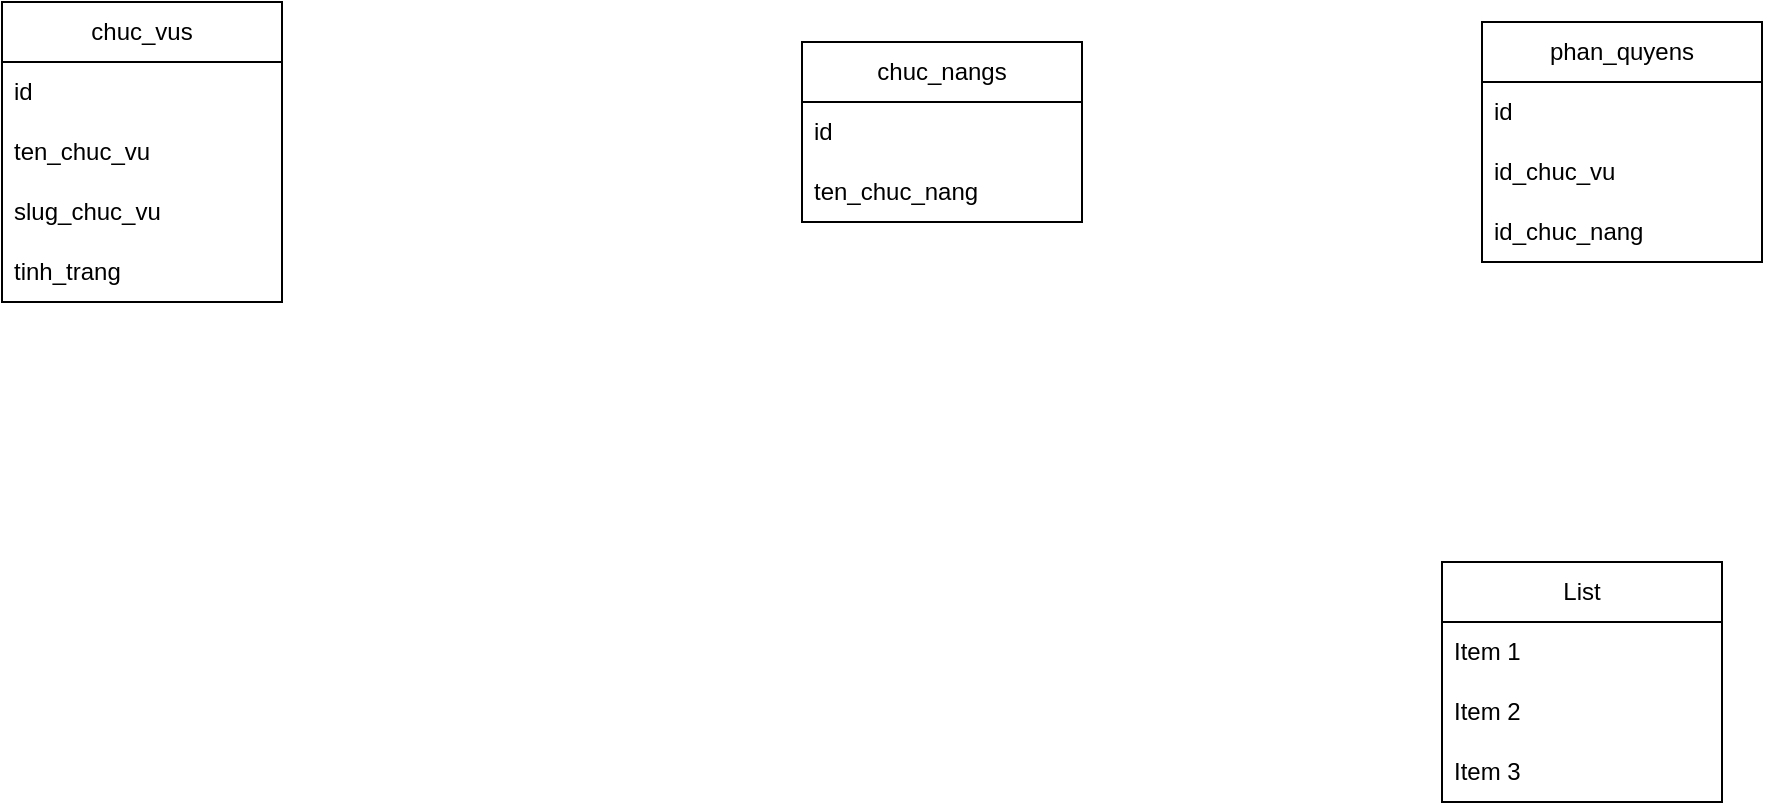
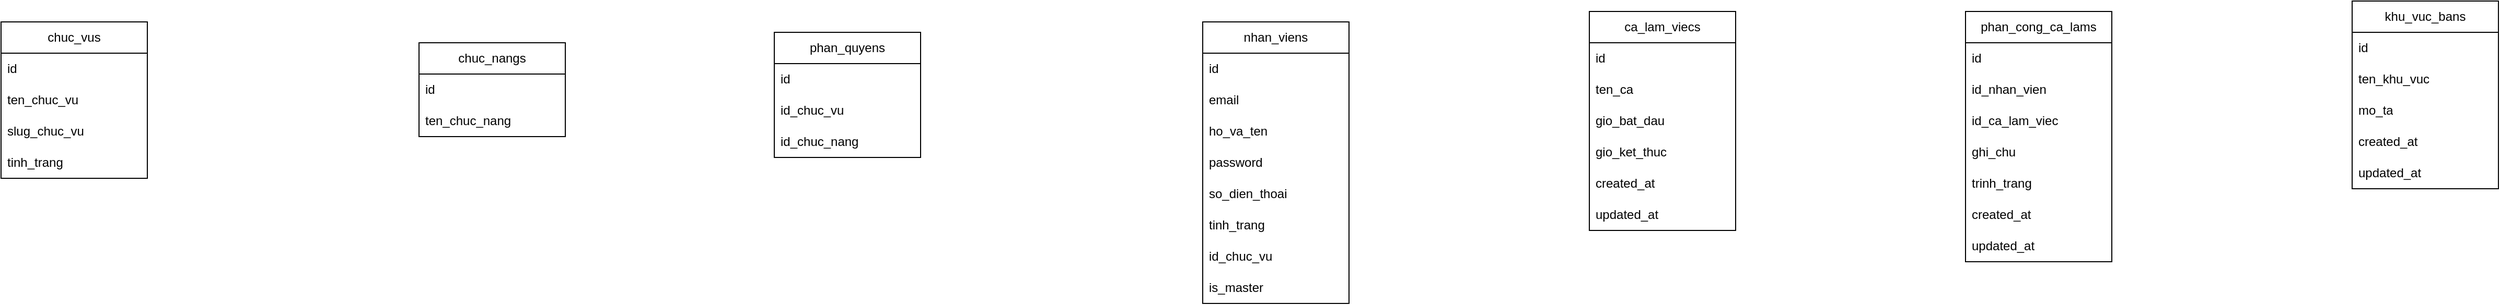
<mxfile host="app.diagrams.net">
  <diagram name="Page-1" id="78QUDde3ILmcNMK2hGyn">
-     <mxGraphModel dx="2074" dy="1764" grid="1" gridSize="10" guides="1" tooltips="1" connect="1" arrows="1" fold="1" page="1" pageScale="1" pageWidth="850" pageHeight="1100" math="0" shadow="0">
+     <mxGraphModel dx="1840" dy="1637" grid="1" gridSize="10" guides="1" tooltips="1" connect="1" arrows="1" fold="1" page="1" pageScale="1" pageWidth="850" pageHeight="1100" math="0" shadow="0">
      <root>
        <mxCell id="0" />
        <mxCell id="1" parent="0" />
        <mxCell id="1bbKcoBMxcC-bXyi0BTe-1" parent="1" style="swimlane;fontStyle=0;childLayout=stackLayout;horizontal=1;startSize=30;horizontalStack=0;resizeParent=1;resizeParentMax=0;resizeLast=0;collapsible=1;marginBottom=0;whiteSpace=wrap;html=1;" value="chuc_vus" vertex="1">
          <mxGeometry height="150" width="140" x="-280" y="-110" as="geometry" />
        </mxCell>
        <mxCell id="1bbKcoBMxcC-bXyi0BTe-2" parent="1bbKcoBMxcC-bXyi0BTe-1" style="text;strokeColor=none;fillColor=none;align=left;verticalAlign=middle;spacingLeft=4;spacingRight=4;overflow=hidden;points=[[0,0.5],[1,0.5]];portConstraint=eastwest;rotatable=0;whiteSpace=wrap;html=1;" value="id" vertex="1">
          <mxGeometry height="30" width="140" y="30" as="geometry" />
        </mxCell>
        <mxCell id="1bbKcoBMxcC-bXyi0BTe-3" parent="1bbKcoBMxcC-bXyi0BTe-1" style="text;strokeColor=none;fillColor=none;align=left;verticalAlign=middle;spacingLeft=4;spacingRight=4;overflow=hidden;points=[[0,0.5],[1,0.5]];portConstraint=eastwest;rotatable=0;whiteSpace=wrap;html=1;" value="ten_chuc_vu" vertex="1">
          <mxGeometry height="30" width="140" y="60" as="geometry" />
        </mxCell>
        <mxCell id="1bbKcoBMxcC-bXyi0BTe-4" parent="1bbKcoBMxcC-bXyi0BTe-1" style="text;strokeColor=none;fillColor=none;align=left;verticalAlign=middle;spacingLeft=4;spacingRight=4;overflow=hidden;points=[[0,0.5],[1,0.5]];portConstraint=eastwest;rotatable=0;whiteSpace=wrap;html=1;" value="slug_chuc_vu" vertex="1">
          <mxGeometry height="30" width="140" y="90" as="geometry" />
        </mxCell>
        <mxCell id="1bbKcoBMxcC-bXyi0BTe-5" parent="1bbKcoBMxcC-bXyi0BTe-1" style="text;strokeColor=none;fillColor=none;align=left;verticalAlign=middle;spacingLeft=4;spacingRight=4;overflow=hidden;points=[[0,0.5],[1,0.5]];portConstraint=eastwest;rotatable=0;whiteSpace=wrap;html=1;" value="tinh_trang" vertex="1">
          <mxGeometry height="30" width="140" y="120" as="geometry" />
        </mxCell>
        <mxCell id="1bbKcoBMxcC-bXyi0BTe-7" parent="1" style="swimlane;fontStyle=0;childLayout=stackLayout;horizontal=1;startSize=30;horizontalStack=0;resizeParent=1;resizeParentMax=0;resizeLast=0;collapsible=1;marginBottom=0;whiteSpace=wrap;html=1;" value="chuc_nangs" vertex="1">
          <mxGeometry height="90" width="140" x="120" y="-90" as="geometry" />
        </mxCell>
        <mxCell id="1bbKcoBMxcC-bXyi0BTe-8" parent="1bbKcoBMxcC-bXyi0BTe-7" style="text;strokeColor=none;fillColor=none;align=left;verticalAlign=middle;spacingLeft=4;spacingRight=4;overflow=hidden;points=[[0,0.5],[1,0.5]];portConstraint=eastwest;rotatable=0;whiteSpace=wrap;html=1;" value="id" vertex="1">
          <mxGeometry height="30" width="140" y="30" as="geometry" />
        </mxCell>
        <mxCell id="1bbKcoBMxcC-bXyi0BTe-9" parent="1bbKcoBMxcC-bXyi0BTe-7" style="text;strokeColor=none;fillColor=none;align=left;verticalAlign=middle;spacingLeft=4;spacingRight=4;overflow=hidden;points=[[0,0.5],[1,0.5]];portConstraint=eastwest;rotatable=0;whiteSpace=wrap;html=1;" value="ten_chuc_nang" vertex="1">
          <mxGeometry height="30" width="140" y="60" as="geometry" />
        </mxCell>
        <mxCell id="1bbKcoBMxcC-bXyi0BTe-11" parent="1" style="swimlane;fontStyle=0;childLayout=stackLayout;horizontal=1;startSize=30;horizontalStack=0;resizeParent=1;resizeParentMax=0;resizeLast=0;collapsible=1;marginBottom=0;whiteSpace=wrap;html=1;" value="phan_quyens" vertex="1">
          <mxGeometry height="120" width="140" x="460" y="-100" as="geometry" />
        </mxCell>
        <mxCell id="1bbKcoBMxcC-bXyi0BTe-12" parent="1bbKcoBMxcC-bXyi0BTe-11" style="text;strokeColor=none;fillColor=none;align=left;verticalAlign=middle;spacingLeft=4;spacingRight=4;overflow=hidden;points=[[0,0.5],[1,0.5]];portConstraint=eastwest;rotatable=0;whiteSpace=wrap;html=1;" value="id" vertex="1">
          <mxGeometry height="30" width="140" y="30" as="geometry" />
        </mxCell>
        <mxCell id="1bbKcoBMxcC-bXyi0BTe-13" parent="1bbKcoBMxcC-bXyi0BTe-11" style="text;strokeColor=none;fillColor=none;align=left;verticalAlign=middle;spacingLeft=4;spacingRight=4;overflow=hidden;points=[[0,0.5],[1,0.5]];portConstraint=eastwest;rotatable=0;whiteSpace=wrap;html=1;" value="id_chuc_vu" vertex="1">
          <mxGeometry height="30" width="140" y="60" as="geometry" />
        </mxCell>
        <mxCell id="1bbKcoBMxcC-bXyi0BTe-14" parent="1bbKcoBMxcC-bXyi0BTe-11" style="text;strokeColor=none;fillColor=none;align=left;verticalAlign=middle;spacingLeft=4;spacingRight=4;overflow=hidden;points=[[0,0.5],[1,0.5]];portConstraint=eastwest;rotatable=0;whiteSpace=wrap;html=1;" value="id_chuc_nang" vertex="1">
          <mxGeometry height="30" width="140" y="90" as="geometry" />
        </mxCell>
-         <mxCell id="1bbKcoBMxcC-bXyi0BTe-16" parent="1" style="swimlane;fontStyle=0;childLayout=stackLayout;horizontal=1;startSize=30;horizontalStack=0;resizeParent=1;resizeParentMax=0;resizeLast=0;collapsible=1;marginBottom=0;whiteSpace=wrap;html=1;" value="List" vertex="1">
-           <mxGeometry height="120" width="140" x="440" y="170" as="geometry" />
+         <mxCell id="1bbKcoBMxcC-bXyi0BTe-16" parent="1" style="swimlane;fontStyle=0;childLayout=stackLayout;horizontal=1;startSize=30;horizontalStack=0;resizeParent=1;resizeParentMax=0;resizeLast=0;collapsible=1;marginBottom=0;whiteSpace=wrap;html=1;" value="nhan_viens" vertex="1">
+           <mxGeometry height="270" width="140" x="870" y="-110" as="geometry" />
        </mxCell>
-         <mxCell id="1bbKcoBMxcC-bXyi0BTe-17" parent="1bbKcoBMxcC-bXyi0BTe-16" style="text;strokeColor=none;fillColor=none;align=left;verticalAlign=middle;spacingLeft=4;spacingRight=4;overflow=hidden;points=[[0,0.5],[1,0.5]];portConstraint=eastwest;rotatable=0;whiteSpace=wrap;html=1;" value="Item 1" vertex="1">
+         <mxCell id="1bbKcoBMxcC-bXyi0BTe-17" parent="1bbKcoBMxcC-bXyi0BTe-16" style="text;strokeColor=none;fillColor=none;align=left;verticalAlign=middle;spacingLeft=4;spacingRight=4;overflow=hidden;points=[[0,0.5],[1,0.5]];portConstraint=eastwest;rotatable=0;whiteSpace=wrap;html=1;" value="id" vertex="1">
          <mxGeometry height="30" width="140" y="30" as="geometry" />
        </mxCell>
-         <mxCell id="1bbKcoBMxcC-bXyi0BTe-18" parent="1bbKcoBMxcC-bXyi0BTe-16" style="text;strokeColor=none;fillColor=none;align=left;verticalAlign=middle;spacingLeft=4;spacingRight=4;overflow=hidden;points=[[0,0.5],[1,0.5]];portConstraint=eastwest;rotatable=0;whiteSpace=wrap;html=1;" value="Item 2" vertex="1">
+         <mxCell id="1bbKcoBMxcC-bXyi0BTe-18" parent="1bbKcoBMxcC-bXyi0BTe-16" style="text;strokeColor=none;fillColor=none;align=left;verticalAlign=middle;spacingLeft=4;spacingRight=4;overflow=hidden;points=[[0,0.5],[1,0.5]];portConstraint=eastwest;rotatable=0;whiteSpace=wrap;html=1;" value="email" vertex="1">
          <mxGeometry height="30" width="140" y="60" as="geometry" />
        </mxCell>
-         <mxCell id="1bbKcoBMxcC-bXyi0BTe-19" parent="1bbKcoBMxcC-bXyi0BTe-16" style="text;strokeColor=none;fillColor=none;align=left;verticalAlign=middle;spacingLeft=4;spacingRight=4;overflow=hidden;points=[[0,0.5],[1,0.5]];portConstraint=eastwest;rotatable=0;whiteSpace=wrap;html=1;" value="Item 3" vertex="1">
+         <mxCell id="1bbKcoBMxcC-bXyi0BTe-19" parent="1bbKcoBMxcC-bXyi0BTe-16" style="text;strokeColor=none;fillColor=none;align=left;verticalAlign=middle;spacingLeft=4;spacingRight=4;overflow=hidden;points=[[0,0.5],[1,0.5]];portConstraint=eastwest;rotatable=0;whiteSpace=wrap;html=1;" value="ho_va_ten" vertex="1">
          <mxGeometry height="30" width="140" y="90" as="geometry" />
+         </mxCell>
+         <mxCell id="RNDkmFGJGW4O4d-jsc1U-1" parent="1bbKcoBMxcC-bXyi0BTe-16" style="text;strokeColor=none;fillColor=none;align=left;verticalAlign=middle;spacingLeft=4;spacingRight=4;overflow=hidden;points=[[0,0.5],[1,0.5]];portConstraint=eastwest;rotatable=0;whiteSpace=wrap;html=1;" value="password" vertex="1">
+           <mxGeometry height="30" width="140" y="120" as="geometry" />
+         </mxCell>
+         <mxCell id="RNDkmFGJGW4O4d-jsc1U-2" parent="1bbKcoBMxcC-bXyi0BTe-16" style="text;strokeColor=none;fillColor=none;align=left;verticalAlign=middle;spacingLeft=4;spacingRight=4;overflow=hidden;points=[[0,0.5],[1,0.5]];portConstraint=eastwest;rotatable=0;whiteSpace=wrap;html=1;" value="so_dien_thoai" vertex="1">
+           <mxGeometry height="30" width="140" y="150" as="geometry" />
+         </mxCell>
+         <mxCell id="RNDkmFGJGW4O4d-jsc1U-3" parent="1bbKcoBMxcC-bXyi0BTe-16" style="text;strokeColor=none;fillColor=none;align=left;verticalAlign=middle;spacingLeft=4;spacingRight=4;overflow=hidden;points=[[0,0.5],[1,0.5]];portConstraint=eastwest;rotatable=0;whiteSpace=wrap;html=1;" value="tinh_trang" vertex="1">
+           <mxGeometry height="30" width="140" y="180" as="geometry" />
+         </mxCell>
+         <mxCell id="RNDkmFGJGW4O4d-jsc1U-4" parent="1bbKcoBMxcC-bXyi0BTe-16" style="text;strokeColor=none;fillColor=none;align=left;verticalAlign=middle;spacingLeft=4;spacingRight=4;overflow=hidden;points=[[0,0.5],[1,0.5]];portConstraint=eastwest;rotatable=0;whiteSpace=wrap;html=1;" value="id_chuc_vu" vertex="1">
+           <mxGeometry height="30" width="140" y="210" as="geometry" />
+         </mxCell>
+         <mxCell id="RNDkmFGJGW4O4d-jsc1U-5" parent="1bbKcoBMxcC-bXyi0BTe-16" style="text;strokeColor=none;fillColor=none;align=left;verticalAlign=middle;spacingLeft=4;spacingRight=4;overflow=hidden;points=[[0,0.5],[1,0.5]];portConstraint=eastwest;rotatable=0;whiteSpace=wrap;html=1;" value="is_master" vertex="1">
+           <mxGeometry height="30" width="140" y="240" as="geometry" />
+         </mxCell>
+         <mxCell id="RNDkmFGJGW4O4d-jsc1U-6" parent="1" style="swimlane;fontStyle=0;childLayout=stackLayout;horizontal=1;startSize=30;horizontalStack=0;resizeParent=1;resizeParentMax=0;resizeLast=0;collapsible=1;marginBottom=0;whiteSpace=wrap;html=1;" value="ca_lam_viecs" vertex="1">
+           <mxGeometry height="210" width="140" x="1240" y="-120" as="geometry" />
+         </mxCell>
+         <mxCell id="RNDkmFGJGW4O4d-jsc1U-7" parent="RNDkmFGJGW4O4d-jsc1U-6" style="text;strokeColor=none;fillColor=none;align=left;verticalAlign=middle;spacingLeft=4;spacingRight=4;overflow=hidden;points=[[0,0.5],[1,0.5]];portConstraint=eastwest;rotatable=0;whiteSpace=wrap;html=1;" value="id" vertex="1">
+           <mxGeometry height="30" width="140" y="30" as="geometry" />
+         </mxCell>
+         <mxCell id="RNDkmFGJGW4O4d-jsc1U-8" parent="RNDkmFGJGW4O4d-jsc1U-6" style="text;strokeColor=none;fillColor=none;align=left;verticalAlign=middle;spacingLeft=4;spacingRight=4;overflow=hidden;points=[[0,0.5],[1,0.5]];portConstraint=eastwest;rotatable=0;whiteSpace=wrap;html=1;" value="ten_ca" vertex="1">
+           <mxGeometry height="30" width="140" y="60" as="geometry" />
+         </mxCell>
+         <mxCell id="RNDkmFGJGW4O4d-jsc1U-9" parent="RNDkmFGJGW4O4d-jsc1U-6" style="text;strokeColor=none;fillColor=none;align=left;verticalAlign=middle;spacingLeft=4;spacingRight=4;overflow=hidden;points=[[0,0.5],[1,0.5]];portConstraint=eastwest;rotatable=0;whiteSpace=wrap;html=1;" value="gio_bat_dau" vertex="1">
+           <mxGeometry height="30" width="140" y="90" as="geometry" />
+         </mxCell>
+         <mxCell id="RNDkmFGJGW4O4d-jsc1U-10" parent="RNDkmFGJGW4O4d-jsc1U-6" style="text;strokeColor=none;fillColor=none;align=left;verticalAlign=middle;spacingLeft=4;spacingRight=4;overflow=hidden;points=[[0,0.5],[1,0.5]];portConstraint=eastwest;rotatable=0;whiteSpace=wrap;html=1;" value="gio_ket_thuc" vertex="1">
+           <mxGeometry height="30" width="140" y="120" as="geometry" />
+         </mxCell>
+         <mxCell id="RNDkmFGJGW4O4d-jsc1U-11" parent="RNDkmFGJGW4O4d-jsc1U-6" style="text;strokeColor=none;fillColor=none;align=left;verticalAlign=middle;spacingLeft=4;spacingRight=4;overflow=hidden;points=[[0,0.5],[1,0.5]];portConstraint=eastwest;rotatable=0;whiteSpace=wrap;html=1;" value="created_at" vertex="1">
+           <mxGeometry height="30" width="140" y="150" as="geometry" />
+         </mxCell>
+         <mxCell id="RNDkmFGJGW4O4d-jsc1U-12" parent="RNDkmFGJGW4O4d-jsc1U-6" style="text;strokeColor=none;fillColor=none;align=left;verticalAlign=middle;spacingLeft=4;spacingRight=4;overflow=hidden;points=[[0,0.5],[1,0.5]];portConstraint=eastwest;rotatable=0;whiteSpace=wrap;html=1;" value="updated_at" vertex="1">
+           <mxGeometry height="30" width="140" y="180" as="geometry" />
+         </mxCell>
+         <mxCell id="RNDkmFGJGW4O4d-jsc1U-13" parent="1" style="swimlane;fontStyle=0;childLayout=stackLayout;horizontal=1;startSize=30;horizontalStack=0;resizeParent=1;resizeParentMax=0;resizeLast=0;collapsible=1;marginBottom=0;whiteSpace=wrap;html=1;" value="phan_cong_ca_lams" vertex="1">
+           <mxGeometry height="240" width="140" x="1600" y="-120" as="geometry" />
+         </mxCell>
+         <mxCell id="RNDkmFGJGW4O4d-jsc1U-14" parent="RNDkmFGJGW4O4d-jsc1U-13" style="text;strokeColor=none;fillColor=none;align=left;verticalAlign=middle;spacingLeft=4;spacingRight=4;overflow=hidden;points=[[0,0.5],[1,0.5]];portConstraint=eastwest;rotatable=0;whiteSpace=wrap;html=1;" value="id" vertex="1">
+           <mxGeometry height="30" width="140" y="30" as="geometry" />
+         </mxCell>
+         <mxCell id="RNDkmFGJGW4O4d-jsc1U-15" parent="RNDkmFGJGW4O4d-jsc1U-13" style="text;strokeColor=none;fillColor=none;align=left;verticalAlign=middle;spacingLeft=4;spacingRight=4;overflow=hidden;points=[[0,0.5],[1,0.5]];portConstraint=eastwest;rotatable=0;whiteSpace=wrap;html=1;" value="id_nhan_vien" vertex="1">
+           <mxGeometry height="30" width="140" y="60" as="geometry" />
+         </mxCell>
+         <mxCell id="RNDkmFGJGW4O4d-jsc1U-16" parent="RNDkmFGJGW4O4d-jsc1U-13" style="text;strokeColor=none;fillColor=none;align=left;verticalAlign=middle;spacingLeft=4;spacingRight=4;overflow=hidden;points=[[0,0.5],[1,0.5]];portConstraint=eastwest;rotatable=0;whiteSpace=wrap;html=1;" value="id_ca_lam_viec" vertex="1">
+           <mxGeometry height="30" width="140" y="90" as="geometry" />
+         </mxCell>
+         <mxCell id="RNDkmFGJGW4O4d-jsc1U-17" parent="RNDkmFGJGW4O4d-jsc1U-13" style="text;strokeColor=none;fillColor=none;align=left;verticalAlign=middle;spacingLeft=4;spacingRight=4;overflow=hidden;points=[[0,0.5],[1,0.5]];portConstraint=eastwest;rotatable=0;whiteSpace=wrap;html=1;" value="ghi_chu" vertex="1">
+           <mxGeometry height="30" width="140" y="120" as="geometry" />
+         </mxCell>
+         <mxCell id="RNDkmFGJGW4O4d-jsc1U-18" parent="RNDkmFGJGW4O4d-jsc1U-13" style="text;strokeColor=none;fillColor=none;align=left;verticalAlign=middle;spacingLeft=4;spacingRight=4;overflow=hidden;points=[[0,0.5],[1,0.5]];portConstraint=eastwest;rotatable=0;whiteSpace=wrap;html=1;" value="trinh_trang" vertex="1">
+           <mxGeometry height="30" width="140" y="150" as="geometry" />
+         </mxCell>
+         <mxCell id="RNDkmFGJGW4O4d-jsc1U-19" parent="RNDkmFGJGW4O4d-jsc1U-13" style="text;strokeColor=none;fillColor=none;align=left;verticalAlign=middle;spacingLeft=4;spacingRight=4;overflow=hidden;points=[[0,0.5],[1,0.5]];portConstraint=eastwest;rotatable=0;whiteSpace=wrap;html=1;" value="created_at" vertex="1">
+           <mxGeometry height="30" width="140" y="180" as="geometry" />
+         </mxCell>
+         <mxCell id="RNDkmFGJGW4O4d-jsc1U-20" parent="RNDkmFGJGW4O4d-jsc1U-13" style="text;strokeColor=none;fillColor=none;align=left;verticalAlign=middle;spacingLeft=4;spacingRight=4;overflow=hidden;points=[[0,0.5],[1,0.5]];portConstraint=eastwest;rotatable=0;whiteSpace=wrap;html=1;" value="updated_at" vertex="1">
+           <mxGeometry height="30" width="140" y="210" as="geometry" />
+         </mxCell>
+         <mxCell id="RNDkmFGJGW4O4d-jsc1U-21" parent="1" style="swimlane;fontStyle=0;childLayout=stackLayout;horizontal=1;startSize=30;horizontalStack=0;resizeParent=1;resizeParentMax=0;resizeLast=0;collapsible=1;marginBottom=0;whiteSpace=wrap;html=1;" value="khu_vuc_bans" vertex="1">
+           <mxGeometry height="180" width="140" x="1970" y="-130" as="geometry" />
+         </mxCell>
+         <mxCell id="RNDkmFGJGW4O4d-jsc1U-22" parent="RNDkmFGJGW4O4d-jsc1U-21" style="text;strokeColor=none;fillColor=none;align=left;verticalAlign=middle;spacingLeft=4;spacingRight=4;overflow=hidden;points=[[0,0.5],[1,0.5]];portConstraint=eastwest;rotatable=0;whiteSpace=wrap;html=1;" value="id" vertex="1">
+           <mxGeometry height="30" width="140" y="30" as="geometry" />
+         </mxCell>
+         <mxCell id="RNDkmFGJGW4O4d-jsc1U-23" parent="RNDkmFGJGW4O4d-jsc1U-21" style="text;strokeColor=none;fillColor=none;align=left;verticalAlign=middle;spacingLeft=4;spacingRight=4;overflow=hidden;points=[[0,0.5],[1,0.5]];portConstraint=eastwest;rotatable=0;whiteSpace=wrap;html=1;" value="ten_khu_vuc" vertex="1">
+           <mxGeometry height="30" width="140" y="60" as="geometry" />
+         </mxCell>
+         <mxCell id="RNDkmFGJGW4O4d-jsc1U-24" parent="RNDkmFGJGW4O4d-jsc1U-21" style="text;strokeColor=none;fillColor=none;align=left;verticalAlign=middle;spacingLeft=4;spacingRight=4;overflow=hidden;points=[[0,0.5],[1,0.5]];portConstraint=eastwest;rotatable=0;whiteSpace=wrap;html=1;" value="mo_ta" vertex="1">
+           <mxGeometry height="30" width="140" y="90" as="geometry" />
+         </mxCell>
+         <mxCell id="RNDkmFGJGW4O4d-jsc1U-25" parent="RNDkmFGJGW4O4d-jsc1U-21" style="text;strokeColor=none;fillColor=none;align=left;verticalAlign=middle;spacingLeft=4;spacingRight=4;overflow=hidden;points=[[0,0.5],[1,0.5]];portConstraint=eastwest;rotatable=0;whiteSpace=wrap;html=1;" value="created_at" vertex="1">
+           <mxGeometry height="30" width="140" y="120" as="geometry" />
+         </mxCell>
+         <mxCell id="RNDkmFGJGW4O4d-jsc1U-26" parent="RNDkmFGJGW4O4d-jsc1U-21" style="text;strokeColor=none;fillColor=none;align=left;verticalAlign=middle;spacingLeft=4;spacingRight=4;overflow=hidden;points=[[0,0.5],[1,0.5]];portConstraint=eastwest;rotatable=0;whiteSpace=wrap;html=1;" value="updated_at" vertex="1">
+           <mxGeometry height="30" width="140" y="150" as="geometry" />
        </mxCell>
      </root>
    </mxGraphModel>
  </diagram>
</mxfile>
